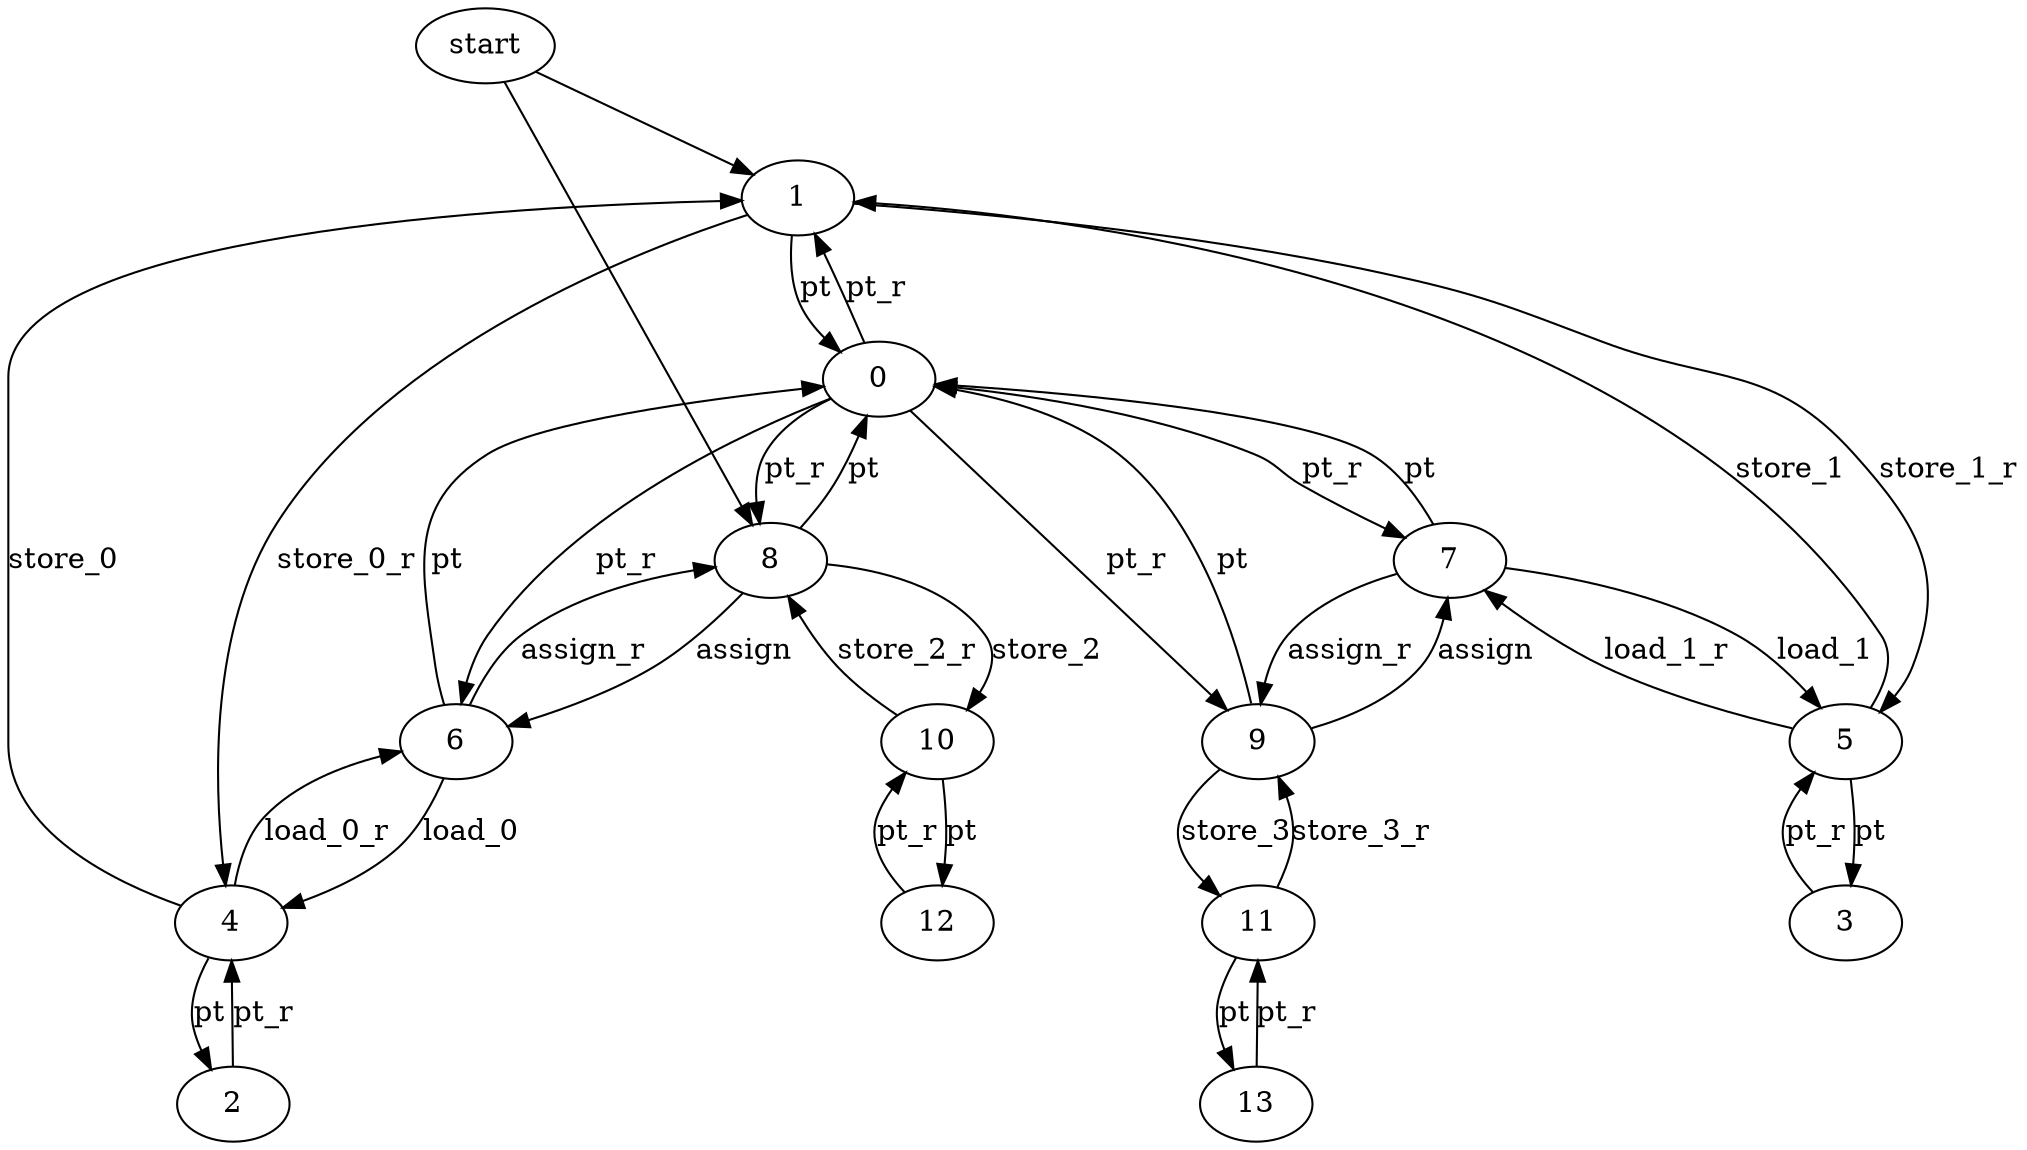
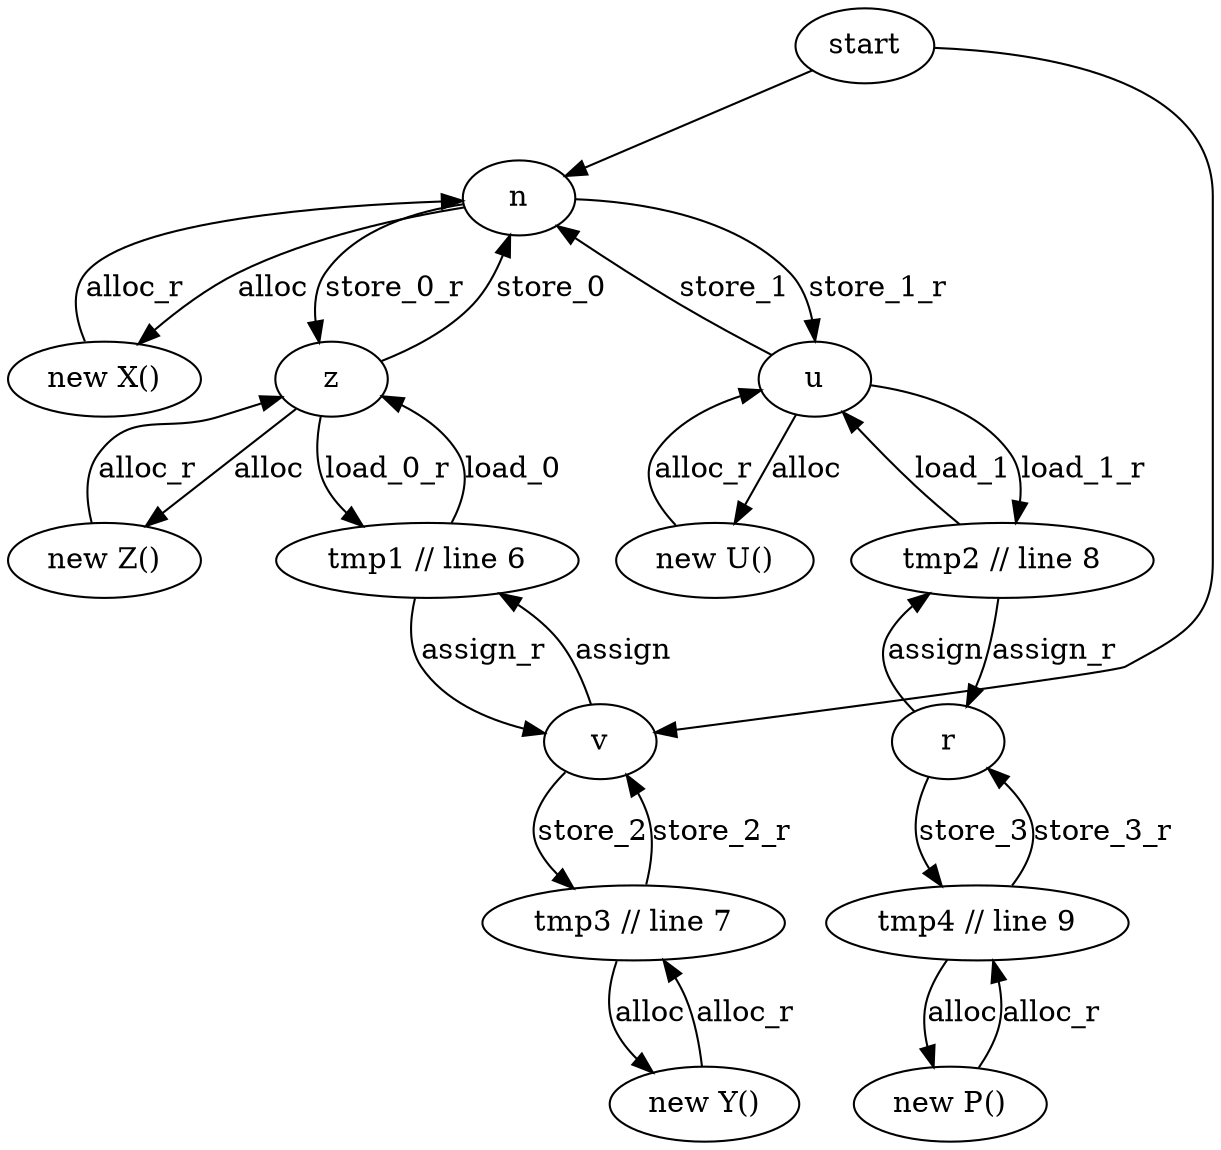
digraph {
    start -> 1;
    start -> 8;
-     1 -> 0 [label = "pt"];
-     0 -> 1 [label = "pt_r"];
-     4 -> 2 [label = "pt"];
-     2 -> 4 [label = "pt_r"];
-     5 -> 3 [label = "pt"];
-     3 -> 5 [label = "pt_r"];
-     10 -> 12 [label = "pt"];
-     12 -> 10 [label = "pt_r"];
-     11 -> 13 [label = "pt"];
-     13 -> 11 [label = "pt_r"];
+     1 -> 0 [label = "alloc"];
+     0 -> 1 [label = "alloc_r"];
+     4 -> 2 [label = "alloc"];
+     2 -> 4 [label = "alloc_r"];
+     5 -> 3 [label = "alloc"];
+     3 -> 5 [label = "alloc_r"];
+     10 -> 12 [label = "alloc"];
+     12 -> 10 [label = "alloc_r"];
+     11 -> 13 [label = "alloc"];
+     13 -> 11 [label = "alloc_r"];
    8 -> 6 [label = "assign"];
    6 -> 8 [label = "assign_r"];
    9 -> 7 [label = "assign"];
    7 -> 9 [label = "assign_r"];
    4 -> 1 [label = "store_0"];
    1 -> 4 [label = "store_0_r"];
    5 -> 1 [label = "store_1"];
    1 -> 5 [label = "store_1_r"];
    8 -> 10 [label = "store_2"];
    10 -> 8 [label = "store_2_r"];
    9 -> 11 [label = "store_3"];
    11 -> 9 [label = "store_3_r"];
    6 -> 4 [label = "load_0"];
    4 -> 6 [label = "load_0_r"];
    7 -> 5 [label = "load_1"];
    5 -> 7 [label = "load_1_r"];
-     6 -> 0 [label = "pt"];
-     0 -> 6 [label = "pt_r"];
-     8 -> 0 [label = "pt"];
-     0 -> 8 [label = "pt_r"];
-     7 -> 0 [label = "pt"];
-     0 -> 7 [label = "pt_r"];
-     9 -> 0 [label = "pt"];
-     0 -> 9 [label = "pt_r"];
+ 
+     0[label="new X()"];
+     1[label="n"];
+     2[label="new Z()"];
+     3[label="new U()"];
+     4[label="z"];
+     5[label="u"];
+     6[label="tmp1 // line 6"];
+     7[label="tmp2 // line 8"];
+     8[label="v"];
+     9[label="r"];
+     10[label="tmp3 // line 7"];
+     11[label="tmp4 // line 9"];
+     12[label="new Y()"];
+     13[label="new P()"];
}
